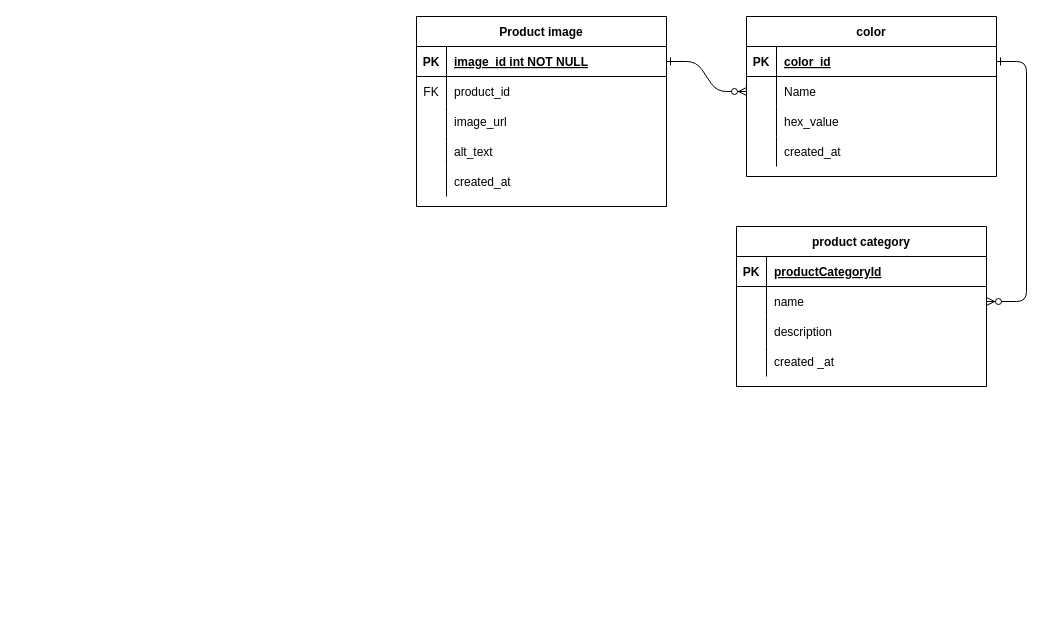
Before: ERD E-Coomerce Group work.drawio in Joy-kitet/E-commerceDatabaseGroup244, a draw.io diagram. Source tidied: cells renumbered, new cells numbered last; positions are measured from the earlier drawing's top-left corner, leaving out a move shared by most shapes. Both pictures are drawn from the tidied source at 100%, with x=0, y=0 at pixel (416, 16).
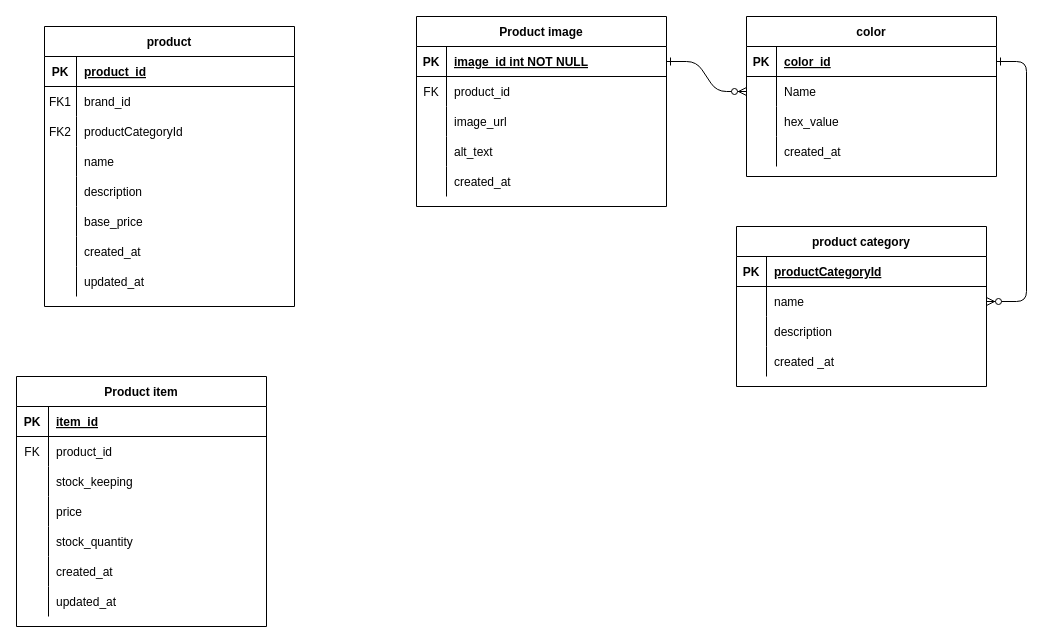
The same page after the edit.

Change to the diagram source:
```diff
@@
+    <mxCell id="46" value="product" style="shape=table;startSize=30;childLayout=tableLayout;rowLines=0;fontStyle=1;align=center;" parent="1" vertex="1">
+      <mxGeometry x="-372" y="10" width="250" height="280" as="geometry" />
+    </mxCell>
+    <mxCell id="47" style="shape=partialRectangle;fillColor=none;top=0;left=0;right=0;bottom=1;" parent="46" vertex="1">
+      <mxGeometry y="30" width="250" height="30" as="geometry" />
+    </mxCell>
+    <mxCell id="48" value="PK" style="shape=partialRectangle;overflow=hidden;fillColor=none;top=0;left=0;bottom=0;right=0;fontStyle=1;" parent="47" vertex="1">
+      <mxGeometry width="32" height="30" as="geometry" />
+    </mxCell>
+    <mxCell id="49" value="product_id" style="shape=partialRectangle;overflow=hidden;fillColor=none;top=0;left=0;bottom=0;right=0;align=left;spacingLeft=6;fontStyle=5;" parent="47" vertex="1">
+      <mxGeometry x="32" width="218" height="30" as="geometry" />
+    </mxCell>
+    <mxCell id="50" style="shape=partialRectangle;fillColor=none;top=0;left=0;right=0;bottom=0;" parent="46" vertex="1">
+      <mxGeometry y="60" width="250" height="30" as="geometry" />
+    </mxCell>
+    <mxCell id="51" value="FK1" style="shape=partialRectangle;overflow=hidden;fillColor=none;top=0;left=0;bottom=0;right=0;" parent="50" vertex="1">
+      <mxGeometry width="32" height="30" as="geometry" />
+    </mxCell>
+    <mxCell id="52" value="brand_id" style="shape=partialRectangle;overflow=hidden;fillColor=none;top=0;left=0;bottom=0;right=0;align=left;spacingLeft=6;" parent="50" vertex="1">
+      <mxGeometry x="32" width="218" height="30" as="geometry" />
+    </mxCell>
+    <mxCell id="53" style="shape=partialRectangle;fillColor=none;top=0;left=0;right=0;bottom=0;" parent="46" vertex="1">
+      <mxGeometry y="90" width="250" height="30" as="geometry" />
+    </mxCell>
+    <mxCell id="54" value="FK2" style="shape=partialRectangle;overflow=hidden;fillColor=none;top=0;left=0;bottom=0;right=0;" parent="53" vertex="1">
+      <mxGeometry width="32" height="30" as="geometry" />
+    </mxCell>
+    <mxCell id="55" value="productCategoryId" style="shape=partialRectangle;overflow=hidden;fillColor=none;top=0;left=0;bottom=0;right=0;align=left;spacingLeft=6;" parent="53" vertex="1">
+      <mxGeometry x="32" width="218" height="30" as="geometry" />
+    </mxCell>
+    <mxCell id="56" style="shape=partialRectangle;fillColor=none;top=0;left=0;right=0;bottom=0;" parent="46" vertex="1">
+      <mxGeometry y="120" width="250" height="30" as="geometry" />
+    </mxCell>
+    <mxCell id="57" style="shape=partialRectangle;overflow=hidden;fillColor=none;top=0;left=0;bottom=0;right=0;" parent="56" vertex="1">
+      <mxGeometry width="32" height="30" as="geometry" />
+    </mxCell>
+    <mxCell id="58" value="name" style="shape=partialRectangle;overflow=hidden;fillColor=none;top=0;left=0;bottom=0;right=0;align=left;spacingLeft=6;" parent="56" vertex="1">
+      <mxGeometry x="32" width="218" height="30" as="geometry" />
+    </mxCell>
+    <mxCell id="59" style="shape=partialRectangle;fillColor=none;top=0;left=0;right=0;bottom=0;" parent="46" vertex="1">
+      <mxGeometry y="150" width="250" height="30" as="geometry" />
+    </mxCell>
+    <mxCell id="60" style="shape=partialRectangle;overflow=hidden;fillColor=none;top=0;left=0;bottom=0;right=0;" parent="59" vertex="1">
+      <mxGeometry width="32" height="30" as="geometry" />
+    </mxCell>
+    <mxCell id="61" value="description" style="shape=partialRectangle;overflow=hidden;fillColor=none;top=0;left=0;bottom=0;right=0;align=left;spacingLeft=6;" parent="59" vertex="1">
+      <mxGeometry x="32" width="218" height="30" as="geometry" />
+    </mxCell>
+    <mxCell id="62" style="shape=partialRectangle;fillColor=none;top=0;left=0;right=0;bottom=0;" parent="46" vertex="1">
+      <mxGeometry y="180" width="250" height="30" as="geometry" />
+    </mxCell>
+    <mxCell id="63" style="shape=partialRectangle;overflow=hidden;fillColor=none;top=0;left=0;bottom=0;right=0;" parent="62" vertex="1">
+      <mxGeometry width="32" height="30" as="geometry" />
+    </mxCell>
+    <mxCell id="64" value="base_price" style="shape=partialRectangle;overflow=hidden;fillColor=none;top=0;left=0;bottom=0;right=0;align=left;spacingLeft=6;" parent="62" vertex="1">
+      <mxGeometry x="32" width="218" height="30" as="geometry" />
+    </mxCell>
+    <mxCell id="65" style="shape=partialRectangle;fillColor=none;top=0;left=0;right=0;bottom=0;" parent="46" vertex="1">
+      <mxGeometry y="210" width="250" height="30" as="geometry" />
+    </mxCell>
+    <mxCell id="66" style="shape=partialRectangle;overflow=hidden;fillColor=none;top=0;left=0;bottom=0;right=0;" parent="65" vertex="1">
+      <mxGeometry width="32" height="30" as="geometry" />
+    </mxCell>
+    <mxCell id="67" value="created_at" style="shape=partialRectangle;overflow=hidden;fillColor=none;top=0;left=0;bottom=0;right=0;align=left;spacingLeft=6;" parent="65" vertex="1">
+      <mxGeometry x="32" width="218" height="30" as="geometry" />
+    </mxCell>
+    <mxCell id="68" style="shape=partialRectangle;fillColor=none;top=0;left=0;right=0;bottom=0;" parent="46" vertex="1">
+      <mxGeometry y="240" width="250" height="30" as="geometry" />
+    </mxCell>
+    <mxCell id="69" style="shape=partialRectangle;overflow=hidden;fillColor=none;top=0;left=0;bottom=0;right=0;" parent="68" vertex="1">
+      <mxGeometry width="32" height="30" as="geometry" />
+    </mxCell>
+    <mxCell id="70" value="updated_at" style="shape=partialRectangle;overflow=hidden;fillColor=none;top=0;left=0;bottom=0;right=0;align=left;spacingLeft=6;" parent="68" vertex="1">
+      <mxGeometry x="32" width="218" height="30" as="geometry" />
+    </mxCell>
+    <mxCell id="71" value="Product item" style="shape=table;startSize=30;childLayout=tableLayout;rowLines=0;fontStyle=1;align=center;" parent="1" vertex="1">
+      <mxGeometry x="-400" y="360" width="250" height="250" as="geometry" />
+    </mxCell>
+    <mxCell id="72" style="shape=partialRectangle;fillColor=none;top=0;left=0;right=0;bottom=1;" parent="71" vertex="1">
+      <mxGeometry y="30" width="250" height="30" as="geometry" />
+    </mxCell>
+    <mxCell id="73" value="PK" style="shape=partialRectangle;overflow=hidden;fillColor=none;top=0;left=0;bottom=0;right=0;fontStyle=1;" parent="72" vertex="1">
+      <mxGeometry width="32" height="30" as="geometry" />
+    </mxCell>
+    <mxCell id="74" value="item_id" style="shape=partialRectangle;overflow=hidden;fillColor=none;top=0;left=0;bottom=0;right=0;align=left;spacingLeft=6;fontStyle=5;" parent="72" vertex="1">
+      <mxGeometry x="32" width="218" height="30" as="geometry" />
+    </mxCell>
+    <mxCell id="75" style="shape=partialRectangle;fillColor=none;top=0;left=0;right=0;bottom=0;" parent="71" vertex="1">
+      <mxGeometry y="60" width="250" height="30" as="geometry" />
+    </mxCell>
+    <mxCell id="76" value="FK" style="shape=partialRectangle;overflow=hidden;fillColor=none;top=0;left=0;bottom=0;right=0;" parent="75" vertex="1">
+      <mxGeometry width="32" height="30" as="geometry" />
+    </mxCell>
+    <mxCell id="77" value="product_id" style="shape=partialRectangle;overflow=hidden;fillColor=none;top=0;left=0;bottom=0;right=0;align=left;spacingLeft=6;" parent="75" vertex="1">
+      <mxGeometry x="32" width="218" height="30" as="geometry" />
+    </mxCell>
+    <mxCell id="78" style="shape=partialRectangle;fillColor=none;top=0;left=0;right=0;bottom=0;" parent="71" vertex="1">
+      <mxGeometry y="90" width="250" height="30" as="geometry" />
+    </mxCell>
+    <mxCell id="79" style="shape=partialRectangle;overflow=hidden;fillColor=none;top=0;left=0;bottom=0;right=0;" parent="78" vertex="1">
+      <mxGeometry width="32" height="30" as="geometry" />
+    </mxCell>
+    <mxCell id="80" value="stock_keeping" style="shape=partialRectangle;overflow=hidden;fillColor=none;top=0;left=0;bottom=0;right=0;align=left;spacingLeft=6;" parent="78" vertex="1">
+      <mxGeometry x="32" width="218" height="30" as="geometry" />
+    </mxCell>
+    <mxCell id="81" style="shape=partialRectangle;fillColor=none;top=0;left=0;right=0;bottom=0;" parent="71" vertex="1">
+      <mxGeometry y="120" width="250" height="30" as="geometry" />
+    </mxCell>
+    <mxCell id="82" style="shape=partialRectangle;overflow=hidden;fillColor=none;top=0;left=0;bottom=0;right=0;" parent="81" vertex="1">
+      <mxGeometry width="32" height="30" as="geometry" />
+    </mxCell>
+    <mxCell id="83" value="price" style="shape=partialRectangle;overflow=hidden;fillColor=none;top=0;left=0;bottom=0;right=0;align=left;spacingLeft=6;" parent="81" vertex="1">
+      <mxGeometry x="32" width="218" height="30" as="geometry" />
+    </mxCell>
+    <mxCell id="84" style="shape=partialRectangle;fillColor=none;top=0;left=0;right=0;bottom=0;" parent="71" vertex="1">
+      <mxGeometry y="150" width="250" height="30" as="geometry" />
+    </mxCell>
+    <mxCell id="85" style="shape=partialRectangle;overflow=hidden;fillColor=none;top=0;left=0;bottom=0;right=0;" parent="84" vertex="1">
+      <mxGeometry width="32" height="30" as="geometry" />
+    </mxCell>
+    <mxCell id="86" value="stock_quantity" style="shape=partialRectangle;overflow=hidden;fillColor=none;top=0;left=0;bottom=0;right=0;align=left;spacingLeft=6;" parent="84" vertex="1">
+      <mxGeometry x="32" width="218" height="30" as="geometry" />
+    </mxCell>
+    <mxCell id="87" style="shape=partialRectangle;fillColor=none;top=0;left=0;right=0;bottom=0;" parent="71" vertex="1">
+      <mxGeometry y="180" width="250" height="30" as="geometry" />
+    </mxCell>
+    <mxCell id="88" style="shape=partialRectangle;overflow=hidden;fillColor=none;top=0;left=0;bottom=0;right=0;" parent="87" vertex="1">
+      <mxGeometry width="32" height="30" as="geometry" />
+    </mxCell>
+    <mxCell id="89" value="created_at" style="shape=partialRectangle;overflow=hidden;fillColor=none;top=0;left=0;bottom=0;right=0;align=left;spacingLeft=6;" parent="87" vertex="1">
+      <mxGeometry x="32" width="218" height="30" as="geometry" />
+    </mxCell>
+    <mxCell id="90" style="shape=partialRectangle;fillColor=none;top=0;left=0;right=0;bottom=0;" parent="71" vertex="1">
+      <mxGeometry y="210" width="250" height="30" as="geometry" />
+    </mxCell>
+    <mxCell id="91" style="shape=partialRectangle;overflow=hidden;fillColor=none;top=0;left=0;bottom=0;right=0;" parent="90" vertex="1">
+      <mxGeometry width="32" height="30" as="geometry" />
+    </mxCell>
+    <mxCell id="92" value="updated_at" style="shape=partialRectangle;overflow=hidden;fillColor=none;top=0;left=0;bottom=0;right=0;align=left;spacingLeft=6;" parent="90" vertex="1">
+      <mxGeometry x="32" width="218" height="30" as="geometry" />
+    </mxCell>
```
